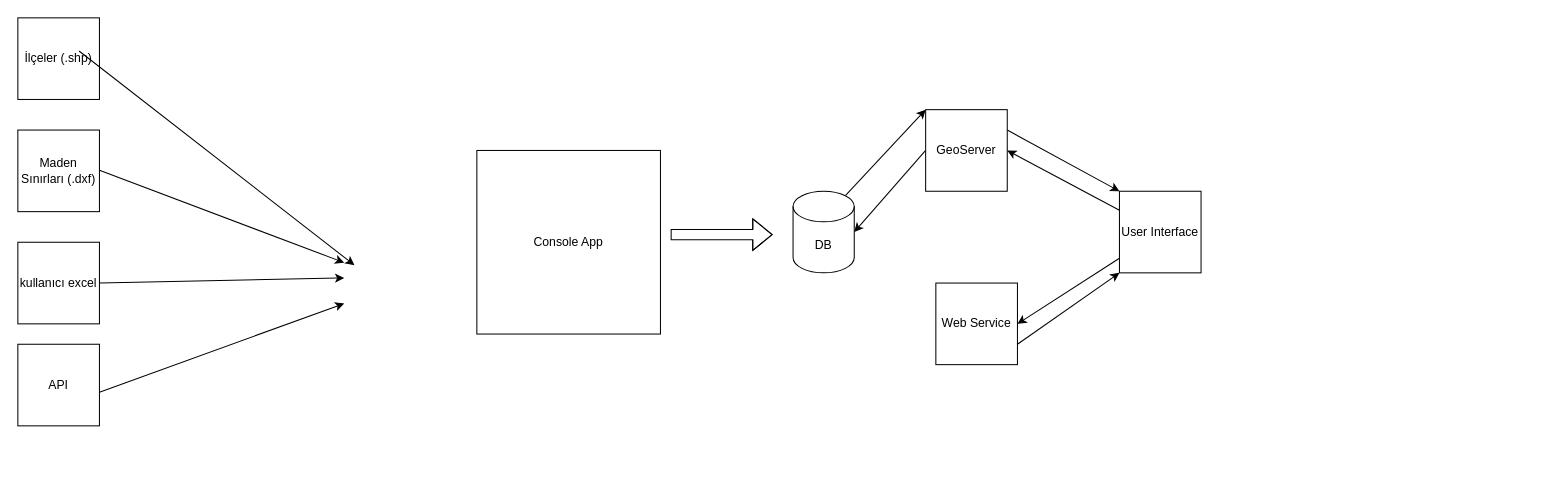
Above: page "mimari" (1 of 4) of document/design-diagram.drawio in eyptunahnunl/gis-case-study (draw.io), before the change. Source tidied: cells renumbered, new cells numbered last; positions are measured from the earlier drawing's top-left corner, leaving out a move shared by most shapes. Both pictures are drawn from the tidied source at 102%, with x=0, y=0 at pixel (17, 17). Pictures stored in the file or linked from it are replaced by grey dashed boxes.
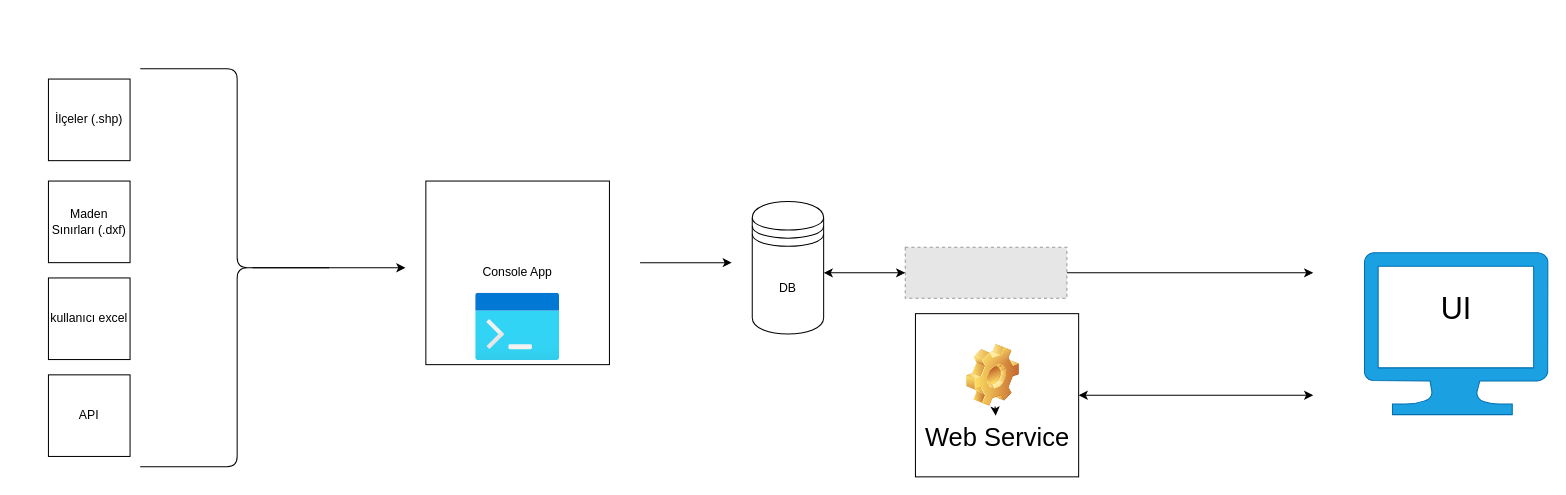
After the change.

What changed in the source:
```diff
@@
     <mxCell id="2" value="İlçeler (.shp)" style="whiteSpace=wrap;html=1;" parent="1" vertex="1">
-      <mxGeometry width="80" height="80" as="geometry" />
+      <mxGeometry x="30" y="60" width="80" height="80" as="geometry" />
     </mxCell>
     <mxCell id="3" value="Console App" style="whiteSpace=wrap;html=1;" parent="1" vertex="1">
-      <mxGeometry x="450" y="130" width="180" height="180" as="geometry" />
+      <mxGeometry x="400" y="160" width="180" height="180" as="geometry" />
     </mxCell>
     <mxCell id="4" value="Maden Sınırları (.dxf)" style="whiteSpace=wrap;html=1;" parent="1" vertex="1">
-      <mxGeometry y="110" width="80" height="80" as="geometry" />
+      <mxGeometry x="30" y="160" width="80" height="80" as="geometry" />
     </mxCell>
     <mxCell id="5" value="kullanıcı excel" style="whiteSpace=wrap;html=1;" parent="1" vertex="1">
-      <mxGeometry y="220" width="80" height="80" as="geometry" />
+      <mxGeometry x="30" y="255" width="80" height="80" as="geometry" />
     </mxCell>
     <mxCell id="6" value="API" style="whiteSpace=wrap;html=1;" parent="1" vertex="1">
-      <mxGeometry y="320" width="80" height="80" as="geometry" />
+      <mxGeometry x="30" y="350" width="80" height="80" as="geometry" />
     </mxCell>
-    <mxCell id="7" style="endArrow=classic;html=1;rounded=0;" parent="1" edge="1">
-      <mxGeometry relative="1" as="geometry">
-        <mxPoint x="60" y="32.5" as="sourcePoint" />
-        <mxPoint x="330" y="242.5" as="targetPoint" />
-      </mxGeometry>
-    </mxCell>
-    <mxCell id="8" style="endArrow=classic;html=1;rounded=0;exitX=1;exitY=0.75;exitDx=0;exitDy=0;" parent="1" edge="1">
-      <mxGeometry relative="1" as="geometry">
-        <mxPoint x="80" y="149.5" as="sourcePoint" />
-        <mxPoint x="320" y="240" as="targetPoint" />
-      </mxGeometry>
-    </mxCell>
-    <mxCell id="9" style="endArrow=classic;html=1;rounded=0;" parent="1" edge="1">
-      <mxGeometry relative="1" as="geometry">
-        <mxPoint x="80" y="260" as="sourcePoint" />
-        <mxPoint x="320" y="255" as="targetPoint" />
-      </mxGeometry>
-    </mxCell>
-    <mxCell id="10" style="endArrow=classic;html=1;rounded=0;" parent="1" edge="1">
-      <mxGeometry relative="1" as="geometry">
-        <mxPoint x="80" y="367" as="sourcePoint" />
-        <mxPoint x="320" y="280" as="targetPoint" />
-      </mxGeometry>
-    </mxCell>
-    <mxCell id="11" style="shape=flexArrow;endArrow=classic;html=1;rounded=0;" parent="1" edge="1">
-      <mxGeometry relative="1" as="geometry">
-        <mxPoint x="640" y="212.5" as="sourcePoint" />
-        <mxPoint x="740" y="212.5" as="targetPoint" />
-        <Array as="points">
-          <mxPoint x="690" y="212.5" />
-        </Array>
-      </mxGeometry>
-    </mxCell>
-    <mxCell id="12" style="edgeStyle=none;html=1;exitX=0.855;exitY=0;exitDx=0;exitDy=4.35;exitPerimeter=0;entryX=0;entryY=0;entryDx=0;entryDy=0;" parent="1" edge="1" source="13" target="16">
-      <mxGeometry relative="1" as="geometry" />
-    </mxCell>
+    <mxCell id="22" style="shape=curlyBracket;whiteSpace=wrap;html=1;rounded=1;flipH=1;labelPosition=right;verticalLabelPosition=middle;align=left;verticalAlign=middle;" parent="1" vertex="1">
+      <mxGeometry x="120" y="50" width="190" height="390" as="geometry" />
+    </mxCell>
+    <mxCell id="23" style="endArrow=classic;html=1;" parent="1" edge="1">
+      <mxGeometry relative="1" as="geometry">
+        <mxPoint x="230" y="245" as="sourcePoint" />
+        <mxPoint x="380" y="245" as="targetPoint" />
+      </mxGeometry>
+    </mxCell>
-    <mxCell id="13" value="DB" style="shape=cylinder3;whiteSpace=wrap;html=1;boundedLbl=1;backgroundOutline=1;size=15;" parent="1" vertex="1">
-      <mxGeometry x="760" y="170" width="60" height="80" as="geometry" />
+    <mxCell id="13" value="DB" style="shape=datastore;whiteSpace=wrap;html=1;" parent="1" vertex="1">
+      <mxGeometry x="720" y="180" width="70" height="130" as="geometry" />
     </mxCell>
-    <mxCell id="14" style="edgeStyle=none;html=1;exitX=1;exitY=0.25;exitDx=0;exitDy=0;entryX=0;entryY=0;entryDx=0;entryDy=0;" parent="1" edge="1" source="16" target="19">
-      <mxGeometry relative="1" as="geometry" />
-    </mxCell>
-    <mxCell id="15" style="edgeStyle=none;html=1;exitX=0;exitY=0.5;exitDx=0;exitDy=0;entryX=1;entryY=0.5;entryDx=0;entryDy=0;entryPerimeter=0;" parent="1" edge="1" source="16" target="13">
-      <mxGeometry relative="1" as="geometry" />
-    </mxCell>
-    <mxCell id="16" value="GeoServer" style="whiteSpace=wrap;html=1;" parent="1" vertex="1">
-      <mxGeometry x="890" y="90" width="80" height="80" as="geometry" />
-    </mxCell>
-    <mxCell id="17" style="edgeStyle=none;html=1;entryX=1;entryY=0.5;entryDx=0;entryDy=0;" parent="1" edge="1" source="19" target="16">
-      <mxGeometry relative="1" as="geometry" />
-    </mxCell>
-    <mxCell id="18" style="edgeStyle=none;html=1;entryX=1;entryY=0.5;entryDx=0;entryDy=0;" parent="1" edge="1" source="19" target="21">
-      <mxGeometry relative="1" as="geometry" />
-    </mxCell>
-    <mxCell id="19" value="User Interface" style="whiteSpace=wrap;html=1;" parent="1" vertex="1">
-      <mxGeometry x="1080" y="170" width="80" height="80" as="geometry" />
-    </mxCell>
-    <mxCell id="20" style="edgeStyle=none;html=1;exitX=1;exitY=0.75;exitDx=0;exitDy=0;entryX=0;entryY=1;entryDx=0;entryDy=0;" parent="1" edge="1" source="21" target="19">
-      <mxGeometry relative="1" as="geometry" />
-    </mxCell>
+    <mxCell id="24" style="html=1;align=center;image;fontSize=12;image=img/lib/azure2/general/Dev_Console.svg;" parent="1" vertex="1">
+      <mxGeometry x="448.8" y="270" width="82.5" height="66" as="geometry" />
+    </mxCell>
+    <mxCell id="25" style="endArrow=classic;html=1;" parent="1" edge="1">
+      <mxGeometry relative="1" as="geometry">
+        <mxPoint x="610" y="240" as="sourcePoint" />
+        <mxPoint x="700" y="240" as="targetPoint" />
+      </mxGeometry>
+    </mxCell>
+    <mxCell id="26" style="edgeStyle=none;html=1;" parent="1" edge="1" source="27">
+      <mxGeometry relative="1" as="geometry">
+        <mxPoint x="1270" y="250" as="targetPoint" />
+      </mxGeometry>
+    </mxCell>
+    <mxCell id="27" style="fillColor=#E6E6E6;strokeColor=#999999;dashed=1;verticalLabelPosition=bottom;labelBackgroundColor=default;verticalAlign=top;" parent="1" vertex="1">
+      <mxGeometry x="870" y="225" width="158.5" height="50" as="geometry" />
+    </mxCell>
+    <mxCell id="28" style="endArrow=classic;startArrow=classic;html=1;exitX=1;exitY=0.5;exitDx=0;exitDy=0;" parent="1" edge="1" source="21">
+      <mxGeometry relative="1" as="geometry">
+        <mxPoint x="1270" y="370" as="targetPoint" />
+      </mxGeometry>
+    </mxCell>
+    <mxCell id="29" style="endArrow=classic;startArrow=classic;html=1;exitX=1;exitY=0.5;exitDx=0;exitDy=0;entryX=0;entryY=0.5;entryDx=0;entryDy=0;" parent="1" edge="1" target="27">
+      <mxGeometry relative="1" as="geometry">
+        <mxPoint x="790" y="250" as="sourcePoint" />
+      </mxGeometry>
+    </mxCell>
+    <mxCell id="30" style="group;" parent="1" vertex="1">
+      <mxGeometry x="880" y="290" width="160" height="160" as="geometry" />
+    </mxCell>
-    <mxCell id="21" value="Web Service" style="whiteSpace=wrap;html=1;" parent="1" vertex="1">
-      <mxGeometry x="900" y="260" width="80" height="80" as="geometry" />
+    <mxCell id="21" style="whiteSpace=wrap;html=1;" parent="30" vertex="1">
+      <mxGeometry width="160" height="160" as="geometry" />
     </mxCell>
+    <mxCell id="31" style="shape=image;html=1;verticalLabelPosition=bottom;verticalAlign=top;imageAspect=1;image=img/clipart/Gear_128x128.png;imageBackground=none;" parent="30" vertex="1">
+      <mxGeometry x="50" y="30" width="52" height="61" as="geometry" />
+    </mxCell>
+    <mxCell id="32" value="Web Service" style="text;html=1;align=center;verticalAlign=middle;points=[];strokeColor=none;fillColor=none;fontSize=25;" parent="30" vertex="1">
+      <mxGeometry y="100" width="160" height="40" as="geometry" />
+    </mxCell>
+    <mxCell id="33" style="edgeStyle=none;html=1;fontSize=25;" parent="30" edge="1" source="31" target="32">
+      <mxGeometry relative="1" as="geometry" />
+    </mxCell>
+    <mxCell id="34" style="group;" parent="1" vertex="1">
+      <mxGeometry x="1320" y="230" width="180" height="159" as="geometry" />
+    </mxCell>
+    <mxCell id="35" value="UI" style="text;html=1;align=center;verticalAlign=middle;strokeColor=none;fillColor=none;fontSize=30;" parent="34" vertex="1">
+      <mxGeometry x="65" y="30" width="50" height="50" as="geometry" />
+    </mxCell>
+    <mxCell id="36" style="verticalLabelPosition=bottom;html=1;verticalAlign=top;align=center;strokeColor=#006EAF;fillColor=#1ba1e2;shape=mxgraph.azure.computer;fontSize=30;fontColor=#ffffff;" parent="34" vertex="1">
+      <mxGeometry width="180" height="159" as="geometry" />
+    </mxCell>
```
